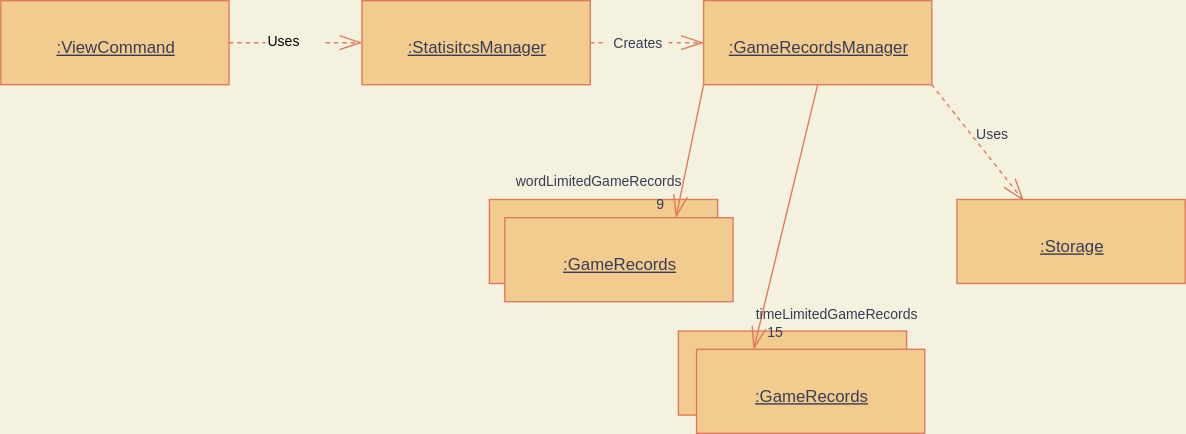
nus-cs2113-AY2122S1/tp keeps this draw.io diagram as docs/uml/ViewStatistics-3.drawio.svg. Above is the earlier version. Source tidied: cells renumbered, new cells last; positions are measured from the earlier drawing's top-left corner, leaving out a move shared by most shapes.
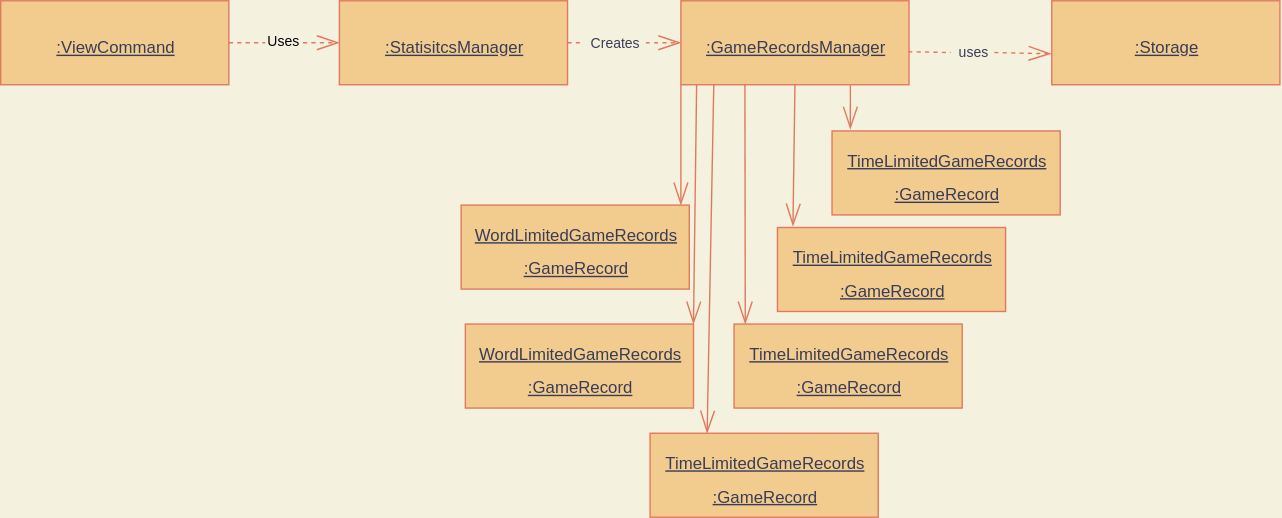
The same file after the commit.

Commit message:
Correct developer guide uml images for view statistics feature

The edit, as a diff of the source:
```diff
@@ -2,83 +2,93 @@
   <root>
     <mxCell id="0" />
     <mxCell id="1" parent="0" />
-    <mxCell id="2" style="edgeStyle=none;rounded=0;sketch=0;hachureGap=4;jettySize=auto;html=1;exitX=1;exitY=0.5;exitDx=0;exitDy=0;fontFamily=Architects Daughter;fontSource=https%3A%2F%2Ffonts.googleapis.com%2Fcss%3Ffamily%3DArchitects%2BDaughter;fontSize=16;endArrow=openThin;startSize=14;endSize=14;targetPerimeterSpacing=8;entryX=0;entryY=0.5;entryDx=0;entryDy=0;endFill=0;strokeColor=#E07A5F;fontColor=#393C56;dashed=1;startArrow=none;startFill=0;labelBackgroundColor=#F4F1DE;" parent="1" edge="1" source="22" target="4">
-      <mxGeometry relative="1" as="geometry" />
-    </mxCell>
+    <mxCell id="5" value="&lt;font face=&quot;Helvetica&quot; style=&quot;font-size: 12px&quot;&gt;&lt;u&gt;:ViewCommand&lt;/u&gt;&lt;/font&gt;" style="html=1;sketch=0;hachureGap=4;fontFamily=Architects Daughter;fontSource=https%3A%2F%2Ffonts.googleapis.com%2Fcss%3Ffamily%3DArchitects%2BDaughter;fontSize=20;fillColor=#F2CC8F;strokeColor=#E07A5F;fontColor=#393C56;" parent="1" vertex="1">
+      <mxGeometry width="163" height="60" as="geometry" />
+    </mxCell>
+    <mxCell id="22" value="&lt;span style=&quot;color: rgb(0 , 0 , 0) ; font-family: &amp;#34;helvetica&amp;#34; ; font-size: 10px ; font-style: normal ; font-weight: 400 ; letter-spacing: normal ; text-align: center ; text-indent: 0px ; text-transform: none ; word-spacing: 0px ; display: inline ; float: none&quot;&gt;Uses&lt;/span&gt;" style="text;whiteSpace=wrap;html=1;fontSize=10;fontFamily=Helvetica;fontColor=#393C56;" parent="1" vertex="1">
+      <mxGeometry x="189" y="17" width="43" height="26" as="geometry" />
+    </mxCell>
+    <mxCell id="23" style="edgeStyle=none;rounded=0;sketch=0;hachureGap=4;jettySize=auto;html=1;exitX=1;exitY=0.5;exitDx=0;exitDy=0;fontFamily=Architects Daughter;fontSource=https%3A%2F%2Ffonts.googleapis.com%2Fcss%3Ffamily%3DArchitects%2BDaughter;fontSize=16;endArrow=none;startSize=14;endSize=14;sourcePerimeterSpacing=8;entryX=0;entryY=0.5;entryDx=0;entryDy=0;endFill=0;strokeColor=#E07A5F;fontColor=#393C56;dashed=1;startArrow=none;startFill=0;labelBackgroundColor=#F4F1DE;" parent="1" edge="1" source="5" target="22">
+      <mxGeometry relative="1" as="geometry" />
+    </mxCell>
+    <mxCell id="24" style="edgeStyle=none;rounded=0;sketch=0;hachureGap=4;jettySize=auto;html=1;exitX=1;exitY=0.5;exitDx=0;exitDy=0;fontFamily=Architects Daughter;fontSource=https://fonts.googleapis.com/css?family=Architects+Daughter;fontSize=16;endArrow=openThin;startSize=14;endSize=14;targetPerimeterSpacing=8;entryX=0;entryY=0.5;entryDx=0;entryDy=0;endFill=0;strokeColor=#E07A5F;fontColor=#393C56;dashed=1;startArrow=none;startFill=0;labelBackgroundColor=#F4F1DE;" parent="1" edge="1" target="4">
+      <mxGeometry relative="1" as="geometry">
+        <mxPoint x="216" y="30" as="sourcePoint" />
+      </mxGeometry>
+    </mxCell>
     <mxCell id="3" style="edgeStyle=none;curved=1;rounded=1;sketch=0;hachureGap=4;jettySize=auto;html=1;exitX=1;exitY=0.5;exitDx=0;exitDy=0;entryX=0;entryY=0.5;entryDx=0;entryDy=0;dashed=1;fontFamily=Helvetica;fontSize=10;fontColor=#393C56;startArrow=none;startFill=0;endArrow=openThin;endFill=0;startSize=14;endSize=14;targetPerimeterSpacing=8;strokeColor=#E07A5F;fillColor=#F2CC8F;labelBackgroundColor=#F4F1DE;" parent="1" edge="1" source="20" target="7">
       <mxGeometry relative="1" as="geometry" />
     </mxCell>
-    <mxCell id="4" value="&lt;font face=&quot;Helvetica&quot; style=&quot;font-size: 12px&quot;&gt;&lt;u&gt;:StatisitcsManager&lt;/u&gt;&lt;/font&gt;" style="html=1;sketch=0;hachureGap=4;fontFamily=Architects Daughter;fontSource=https%3A%2F%2Ffonts.googleapis.com%2Fcss%3Ffamily%3DArchitects%2BDaughter;fontSize=20;fillColor=#F2CC8F;strokeColor=#E07A5F;fontColor=#393C56;" parent="1" vertex="1">
-      <mxGeometry x="258" width="163" height="60" as="geometry" />
+    <mxCell id="4" value="&lt;font face=&quot;Helvetica&quot; style=&quot;font-size: 12px&quot;&gt;&lt;u&gt;:StatisitcsManager&lt;/u&gt;&lt;/font&gt;" style="html=1;sketch=0;hachureGap=4;fontFamily=Architects Daughter;fontSource=https://fonts.googleapis.com/css?family=Architects+Daughter;fontSize=20;fillColor=#F2CC8F;strokeColor=#E07A5F;fontColor=#393C56;" parent="1" vertex="1">
+      <mxGeometry x="242" width="163" height="60" as="geometry" />
     </mxCell>
-    <mxCell id="5" value="&lt;font face=&quot;Helvetica&quot; style=&quot;font-size: 12px&quot;&gt;&lt;u&gt;:ViewCommand&lt;/u&gt;&lt;/font&gt;" style="html=1;sketch=0;hachureGap=4;fontFamily=Architects Daughter;fontSource=https%3A%2F%2Ffonts.googleapis.com%2Fcss%3Ffamily%3DArchitects%2BDaughter;fontSize=20;fillColor=#F2CC8F;strokeColor=#E07A5F;fontColor=#393C56;" parent="1" vertex="1">
-      <mxGeometry width="163" height="60" as="geometry" />
-    </mxCell>
-    <mxCell id="6" style="edgeStyle=none;curved=1;rounded=1;sketch=0;hachureGap=4;jettySize=auto;html=1;entryX=0.292;entryY=0.015;entryDx=0;entryDy=0;entryPerimeter=0;dashed=1;fontFamily=Helvetica;fontSize=12;fontColor=#393C56;startArrow=none;startFill=0;endArrow=openThin;endFill=0;startSize=14;endSize=14;sourcePerimeterSpacing=8;targetPerimeterSpacing=8;strokeColor=#E07A5F;fillColor=#F2CC8F;exitX=1;exitY=1;exitDx=0;exitDy=0;labelBackgroundColor=#F4F1DE;" parent="1" edge="1" source="7" target="18">
-      <mxGeometry x="0.12" y="4" relative="1" as="geometry" />
-    </mxCell>
-    <mxCell id="7" value="&lt;font face=&quot;Helvetica&quot; style=&quot;font-size: 12px&quot;&gt;&lt;u&gt;:GameRecordsManager&lt;/u&gt;&lt;/font&gt;" style="html=1;sketch=0;hachureGap=4;fontFamily=Architects Daughter;fontSource=https%3A%2F%2Ffonts.googleapis.com%2Fcss%3Ffamily%3DArchitects%2BDaughter;fontSize=20;fillColor=#F2CC8F;strokeColor=#E07A5F;fontColor=#393C56;" parent="1" vertex="1">
-      <mxGeometry x="502" width="163" height="60" as="geometry" />
+    <mxCell id="7" value="&lt;font face=&quot;Helvetica&quot; style=&quot;font-size: 12px&quot;&gt;&lt;u&gt;:GameRecordsManager&lt;/u&gt;&lt;/font&gt;" style="html=1;sketch=0;hachureGap=4;fontFamily=Architects Daughter;fontSource=https://fonts.googleapis.com/css?family=Architects+Daughter;fontSize=20;fillColor=#F2CC8F;strokeColor=#E07A5F;fontColor=#393C56;" parent="1" vertex="1">
+      <mxGeometry x="486" width="163" height="60" as="geometry" />
     </mxCell>
-    <mxCell id="8" style="html=1;sketch=0;hachureGap=4;fontFamily=Architects Daughter;fontSource=https%3A%2F%2Ffonts.googleapis.com%2Fcss%3Ffamily%3DArchitects%2BDaughter;fontSize=20;fillColor=#F2CC8F;strokeColor=#E07A5F;fontColor=#393C56;" parent="1" vertex="1">
-      <mxGeometry x="349" y="142" width="163" height="60" as="geometry" />
-    </mxCell>
-    <mxCell id="9" value="&lt;font face=&quot;Helvetica&quot; style=&quot;font-size: 12px&quot;&gt;&lt;u&gt;:GameRecords&lt;/u&gt;&lt;/font&gt;" style="html=1;sketch=0;hachureGap=4;fontFamily=Architects Daughter;fontSource=https%3A%2F%2Ffonts.googleapis.com%2Fcss%3Ffamily%3DArchitects%2BDaughter;fontSize=20;fillColor=#F2CC8F;strokeColor=#E07A5F;fontColor=#393C56;" parent="1" vertex="1">
-      <mxGeometry x="360" y="155" width="163" height="60" as="geometry" />
-    </mxCell>
-    <mxCell id="10" style="edgeStyle=none;rounded=0;sketch=0;hachureGap=4;jettySize=auto;html=1;exitX=0.75;exitY=0;exitDx=0;exitDy=0;fontFamily=Architects Daughter;fontSource=https%3A%2F%2Ffonts.googleapis.com%2Fcss%3Ffamily%3DArchitects%2BDaughter;fontSize=16;endArrow=none;startSize=14;endSize=14;sourcePerimeterSpacing=8;targetPerimeterSpacing=8;endFill=0;strokeColor=#E07A5F;fontColor=#393C56;entryX=0;entryY=1;entryDx=0;entryDy=0;startArrow=openThin;startFill=0;labelBackgroundColor=#F4F1DE;" parent="1" edge="1" source="9">
-      <mxGeometry relative="1" as="geometry">
-        <mxPoint x="502" y="60" as="targetPoint" />
-      </mxGeometry>
-    </mxCell>
-    <mxCell id="11" value="wordLimitedGameRecords" style="edgeLabel;html=1;align=center;verticalAlign=middle;fontSize=10;fontFamily=Helvetica;fontColor=#393C56;labelBackgroundColor=none;" parent="10" vertex="1">
-      <mxGeometry x="0.19" y="2" relative="1" as="geometry">
-        <mxPoint x="-66" y="31" as="offset" />
-      </mxGeometry>
-    </mxCell>
-    <mxCell id="12" value="9" style="edgeLabel;html=1;align=center;verticalAlign=middle;fontSize=10;fontFamily=Helvetica;fontColor=#393C56;labelBackgroundColor=none;" parent="10" vertex="1">
-      <mxGeometry x="-0.13" y="1" relative="1" as="geometry">
-        <mxPoint x="-19" y="31" as="offset" />
-      </mxGeometry>
-    </mxCell>
-    <mxCell id="13" style="html=1;sketch=0;hachureGap=4;fontFamily=Architects Daughter;fontSource=https%3A%2F%2Ffonts.googleapis.com%2Fcss%3Ffamily%3DArchitects%2BDaughter;fontSize=20;fillColor=#F2CC8F;strokeColor=#E07A5F;fontColor=#393C56;" parent="1" vertex="1">
-      <mxGeometry x="484" y="236" width="163" height="60" as="geometry" />
-    </mxCell>
-    <mxCell id="14" style="edgeStyle=none;rounded=0;sketch=0;hachureGap=4;jettySize=auto;html=1;exitX=0.25;exitY=0;exitDx=0;exitDy=0;fontFamily=Architects Daughter;fontSource=https%3A%2F%2Ffonts.googleapis.com%2Fcss%3Ffamily%3DArchitects%2BDaughter;fontSize=16;endArrow=none;startSize=14;endSize=14;sourcePerimeterSpacing=8;targetPerimeterSpacing=8;endFill=0;strokeColor=#E07A5F;fontColor=#393C56;entryX=0.5;entryY=1;entryDx=0;entryDy=0;startArrow=openThin;startFill=0;labelBackgroundColor=#F4F1DE;" parent="1" edge="1" source="17" target="7">
-      <mxGeometry relative="1" as="geometry" />
-    </mxCell>
-    <mxCell id="15" value="&lt;font style=&quot;font-size: 10px&quot;&gt;timeLimitedGameRecords&lt;/font&gt;" style="edgeLabel;html=1;align=center;verticalAlign=middle;fontSize=12;fontFamily=Helvetica;fontColor=#393C56;labelBackgroundColor=none;" parent="14" vertex="1">
-      <mxGeometry x="-0.04" relative="1" as="geometry">
-        <mxPoint x="37" y="65" as="offset" />
-      </mxGeometry>
-    </mxCell>
-    <mxCell id="16" value="&lt;font style=&quot;font-size: 10px&quot;&gt;15&lt;/font&gt;" style="edgeLabel;html=1;align=center;verticalAlign=middle;fontSize=12;fontFamily=Helvetica;fontColor=#393C56;labelBackgroundColor=none;" parent="14" vertex="1">
-      <mxGeometry x="-0.14" y="-1" relative="1" as="geometry">
-        <mxPoint x="-6" y="69" as="offset" />
-      </mxGeometry>
-    </mxCell>
-    <mxCell id="17" value="&lt;font face=&quot;Helvetica&quot; style=&quot;font-size: 12px&quot;&gt;&lt;u&gt;:GameRecords&lt;/u&gt;&lt;/font&gt;" style="html=1;sketch=0;hachureGap=4;fontFamily=Architects Daughter;fontSource=https%3A%2F%2Ffonts.googleapis.com%2Fcss%3Ffamily%3DArchitects%2BDaughter;fontSize=20;fillColor=#F2CC8F;strokeColor=#E07A5F;fontColor=#393C56;" parent="1" vertex="1">
-      <mxGeometry x="497" y="249" width="163" height="60" as="geometry" />
-    </mxCell>
+    <mxCell id="25" value="&lt;font face=&quot;Helvetica&quot; style=&quot;font-size: 12px&quot;&gt;&lt;u&gt;WordLimitedGameRecords&lt;br&gt;:GameRecord&lt;/u&gt;&lt;/font&gt;" style="html=1;sketch=0;hachureGap=4;fontFamily=Architects Daughter;fontSource=https://fonts.googleapis.com/css?family=Architects+Daughter;fontSize=20;fillColor=#F2CC8F;strokeColor=#E07A5F;fontColor=#393C56;" parent="1" vertex="1">
+      <mxGeometry x="332" y="231" width="163" height="60" as="geometry" />
+    </mxCell>
+    <mxCell id="26" style="edgeStyle=none;rounded=0;sketch=0;hachureGap=4;jettySize=auto;html=1;exitX=1;exitY=0;exitDx=0;exitDy=0;fontFamily=Architects Daughter;fontSource=https://fonts.googleapis.com/css?family=Architects+Daughter;fontSize=16;endArrow=none;startSize=14;endSize=14;sourcePerimeterSpacing=8;targetPerimeterSpacing=8;endFill=0;strokeColor=#E07A5F;fontColor=#393C56;entryX=0.069;entryY=0.997;entryDx=0;entryDy=0;startArrow=openThin;startFill=0;labelBackgroundColor=#F4F1DE;entryPerimeter=0;" parent="1" edge="1" source="25" target="7">
+      <mxGeometry relative="1" as="geometry" />
+    </mxCell>
+    <mxCell id="27" style="edgeStyle=none;rounded=0;sketch=0;hachureGap=4;jettySize=auto;html=1;exitX=0.25;exitY=0;exitDx=0;exitDy=0;fontFamily=Architects Daughter;fontSource=https://fonts.googleapis.com/css?family=Architects+Daughter;fontSize=16;endArrow=none;startSize=14;endSize=14;sourcePerimeterSpacing=8;targetPerimeterSpacing=8;endFill=0;strokeColor=#E07A5F;fontColor=#393C56;entryX=0.5;entryY=1;entryDx=0;entryDy=0;startArrow=openThin;startFill=0;labelBackgroundColor=#F4F1DE;" parent="1" edge="1" source="28">
+      <mxGeometry relative="1" as="geometry">
+        <mxPoint x="509.5" y="60" as="targetPoint" />
+      </mxGeometry>
+    </mxCell>
+    <mxCell id="28" value="&lt;font face=&quot;Helvetica&quot; style=&quot;font-size: 12px&quot;&gt;&lt;u&gt;TimeLimitedGameRecords&lt;br&gt;:GameRecord&lt;/u&gt;&lt;/font&gt;" style="html=1;sketch=0;hachureGap=4;fontFamily=Architects Daughter;fontSource=https://fonts.googleapis.com/css?family=Architects+Daughter;fontSize=20;fillColor=#F2CC8F;strokeColor=#E07A5F;fontColor=#393C56;" parent="1" vertex="1">
+      <mxGeometry x="464" y="309" width="163" height="60" as="geometry" />
+    </mxCell>
-    <mxCell id="18" value="&lt;font face=&quot;Helvetica&quot; style=&quot;font-size: 12px&quot;&gt;&lt;u&gt;:Storage&lt;/u&gt;&lt;/font&gt;" style="html=1;sketch=0;hachureGap=4;fontFamily=Architects Daughter;fontSource=https%3A%2F%2Ffonts.googleapis.com%2Fcss%3Ffamily%3DArchitects%2BDaughter;fontSize=20;fillColor=#F2CC8F;strokeColor=#E07A5F;fontColor=#393C56;" parent="1" vertex="1">
-      <mxGeometry x="683" y="142" width="163" height="60" as="geometry" />
+    <mxCell id="18" value="&lt;font face=&quot;Helvetica&quot; style=&quot;font-size: 12px&quot;&gt;&lt;u&gt;:Storage&lt;/u&gt;&lt;/font&gt;" style="html=1;sketch=0;hachureGap=4;fontFamily=Architects Daughter;fontSource=https://fonts.googleapis.com/css?family=Architects+Daughter;fontSize=20;fillColor=#F2CC8F;strokeColor=#E07A5F;fontColor=#393C56;" parent="1" vertex="1">
+      <mxGeometry x="751" width="163" height="60" as="geometry" />
     </mxCell>
-    <mxCell id="19" value="Uses" style="edgeLabel;html=1;align=center;verticalAlign=middle;fontSize=10;fontFamily=Helvetica;fontColor=#393C56;labelBackgroundColor=none;" parent="1" vertex="1">
-      <mxGeometry x="733" y="87" as="geometry">
-        <mxPoint x="-26" y="7" as="offset" />
-      </mxGeometry>
-    </mxCell>
     <mxCell id="20" value="Creates" style="text;html=1;align=center;verticalAlign=middle;points=[];strokeColor=none;fillColor=none;rounded=0;labelBackgroundColor=none;sketch=1;hachureGap=4;fontFamily=Helvetica;fontSize=10;fontColor=#393C56;" parent="1" vertex="1">
-      <mxGeometry x="432" y="22" width="45" height="16" as="geometry" />
+      <mxGeometry x="416" y="22" width="45" height="16" as="geometry" />
     </mxCell>
     <mxCell id="21" style="edgeStyle=none;curved=1;rounded=1;sketch=0;hachureGap=4;jettySize=auto;html=1;exitX=1;exitY=0.5;exitDx=0;exitDy=0;entryX=0;entryY=0.5;entryDx=0;entryDy=0;dashed=1;fontFamily=Helvetica;fontSize=10;fontColor=#393C56;startArrow=none;startFill=0;endArrow=none;endFill=0;startSize=14;endSize=14;sourcePerimeterSpacing=8;strokeColor=#E07A5F;fillColor=#F2CC8F;labelBackgroundColor=#F4F1DE;" parent="1" edge="1" source="4" target="20">
       <mxGeometry relative="1" as="geometry" />
     </mxCell>
-    <mxCell id="22" value="&lt;span style=&quot;color: rgb(0 , 0 , 0) ; font-family: &amp;#34;helvetica&amp;#34; ; font-size: 10px ; font-style: normal ; font-weight: 400 ; letter-spacing: normal ; text-align: center ; text-indent: 0px ; text-transform: none ; word-spacing: 0px ; display: inline ; float: none&quot;&gt;Uses&lt;/span&gt;" style="text;whiteSpace=wrap;html=1;fontSize=10;fontFamily=Helvetica;fontColor=#393C56;" parent="1" vertex="1">
-      <mxGeometry x="189" y="17" width="43" height="26" as="geometry" />
-    </mxCell>
-    <mxCell id="23" style="edgeStyle=none;rounded=0;sketch=0;hachureGap=4;jettySize=auto;html=1;exitX=1;exitY=0.5;exitDx=0;exitDy=0;fontFamily=Architects Daughter;fontSource=https%3A%2F%2Ffonts.googleapis.com%2Fcss%3Ffamily%3DArchitects%2BDaughter;fontSize=16;endArrow=none;startSize=14;endSize=14;sourcePerimeterSpacing=8;entryX=0;entryY=0.5;entryDx=0;entryDy=0;endFill=0;strokeColor=#E07A5F;fontColor=#393C56;dashed=1;startArrow=none;startFill=0;labelBackgroundColor=#F4F1DE;" parent="1" edge="1" source="5" target="22">
-      <mxGeometry relative="1" as="geometry" />
-    </mxCell>
+    <mxCell id="29" style="edgeStyle=none;curved=1;rounded=1;sketch=0;hachureGap=4;jettySize=auto;html=1;exitX=1;exitY=0.5;exitDx=0;exitDy=0;entryX=-0.003;entryY=0.631;entryDx=0;entryDy=0;dashed=1;fontFamily=Helvetica;fontSize=10;fontColor=#393C56;startArrow=none;startFill=0;endArrow=openThin;endFill=0;startSize=14;endSize=14;targetPerimeterSpacing=8;strokeColor=#E07A5F;fillColor=#F2CC8F;labelBackgroundColor=#F4F1DE;entryPerimeter=0;" parent="1" edge="1" source="30" target="18">
+      <mxGeometry relative="1" as="geometry" />
+    </mxCell>
+    <mxCell id="30" value="uses" style="text;html=1;align=center;verticalAlign=middle;points=[];strokeColor=none;fillColor=none;rounded=0;labelBackgroundColor=none;sketch=1;hachureGap=4;fontFamily=Helvetica;fontSize=10;fontColor=#393C56;" parent="1" vertex="1">
+      <mxGeometry x="679" y="29" width="31" height="16" as="geometry" />
+    </mxCell>
+    <mxCell id="31" style="edgeStyle=none;curved=1;rounded=1;sketch=0;hachureGap=4;jettySize=auto;html=1;exitX=0.997;exitY=0.607;exitDx=0;exitDy=0;entryX=0;entryY=0.5;entryDx=0;entryDy=0;dashed=1;fontFamily=Helvetica;fontSize=10;fontColor=#393C56;startArrow=none;startFill=0;endArrow=none;endFill=0;startSize=14;endSize=14;sourcePerimeterSpacing=8;strokeColor=#E07A5F;fillColor=#F2CC8F;labelBackgroundColor=#F4F1DE;exitPerimeter=0;" parent="1" edge="1" source="7" target="30">
+      <mxGeometry relative="1" as="geometry" />
+    </mxCell>
+    <mxCell id="32" style="edgeStyle=none;rounded=0;sketch=0;hachureGap=4;jettySize=auto;html=1;fontFamily=Architects Daughter;fontSource=https://fonts.googleapis.com/css?family=Architects+Daughter;fontSize=16;endArrow=none;startSize=14;endSize=14;sourcePerimeterSpacing=8;targetPerimeterSpacing=8;endFill=0;strokeColor=#E07A5F;fontColor=#393C56;startArrow=openThin;startFill=0;labelBackgroundColor=#F4F1DE;exitX=1;exitY=0;exitDx=0;exitDy=0;entryX=0;entryY=1;entryDx=0;entryDy=0;" parent="1" edge="1" target="7">
+      <mxGeometry relative="1" as="geometry">
+        <mxPoint x="486" y="146" as="sourcePoint" />
+      </mxGeometry>
+    </mxCell>
+    <mxCell id="33" style="edgeStyle=none;rounded=0;sketch=0;hachureGap=4;jettySize=auto;html=1;exitX=0.117;exitY=0.017;exitDx=0;exitDy=0;fontFamily=Architects Daughter;fontSource=https://fonts.googleapis.com/css?family=Architects+Daughter;fontSize=16;endArrow=none;startSize=14;endSize=14;sourcePerimeterSpacing=8;targetPerimeterSpacing=8;endFill=0;strokeColor=#E07A5F;fontColor=#393C56;entryX=0.5;entryY=1;entryDx=0;entryDy=0;startArrow=openThin;startFill=0;labelBackgroundColor=#F4F1DE;exitPerimeter=0;" parent="1" edge="1" target="7">
+      <mxGeometry relative="1" as="geometry">
+        <mxPoint x="566.1" y="161" as="sourcePoint" />
+      </mxGeometry>
+    </mxCell>
+    <mxCell id="34" style="edgeStyle=none;rounded=0;sketch=0;hachureGap=4;orthogonalLoop=1;jettySize=auto;html=1;fontFamily=Architects Daughter;fontSource=https://fonts.googleapis.com/css?family=Architects+Daughter;fontSize=16;endArrow=none;startSize=14;endSize=14;sourcePerimeterSpacing=8;targetPerimeterSpacing=8;endFill=0;strokeColor=#E07A5F;fontColor=#393C56;entryX=0;entryY=1;entryDx=0;entryDy=0;startArrow=openThin;startFill=0;labelBackgroundColor=#F4F1DE;" parent="1" edge="1">
+      <mxGeometry relative="1" as="geometry">
+        <mxPoint x="532" y="231" as="sourcePoint" />
+        <mxPoint x="531.8" y="60" as="targetPoint" />
+      </mxGeometry>
+    </mxCell>
+    <mxCell id="35" style="edgeStyle=none;rounded=0;sketch=0;hachureGap=4;jettySize=auto;html=1;exitX=0.117;exitY=-0.004;exitDx=0;exitDy=0;fontFamily=Architects Daughter;fontSource=https://fonts.googleapis.com/css?family=Architects+Daughter;fontSize=16;endArrow=none;startSize=14;endSize=14;sourcePerimeterSpacing=8;targetPerimeterSpacing=8;endFill=0;strokeColor=#E07A5F;fontColor=#393C56;startArrow=openThin;startFill=0;labelBackgroundColor=#F4F1DE;exitPerimeter=0;entryX=0.743;entryY=1.006;entryDx=0;entryDy=0;entryPerimeter=0;" parent="1" edge="1" target="7">
+      <mxGeometry relative="1" as="geometry">
+        <mxPoint x="607.1" y="91.8" as="sourcePoint" />
+      </mxGeometry>
+    </mxCell>
+    <mxCell id="36" value="&lt;font face=&quot;Helvetica&quot; style=&quot;font-size: 12px&quot;&gt;&lt;u&gt;TimeLimitedGameRecords&lt;br&gt;:GameRecord&lt;/u&gt;&lt;/font&gt;" style="html=1;sketch=0;hachureGap=4;fontFamily=Architects Daughter;fontSource=https://fonts.googleapis.com/css?family=Architects+Daughter;fontSize=20;fillColor=#F2CC8F;strokeColor=#E07A5F;fontColor=#393C56;" parent="1" vertex="1">
+      <mxGeometry x="524" y="231" width="163" height="60" as="geometry" />
+    </mxCell>
+    <mxCell id="37" value="&lt;font face=&quot;Helvetica&quot; style=&quot;font-size: 12px&quot;&gt;&lt;u&gt;TimeLimitedGameRecords&lt;br&gt;:GameRecord&lt;/u&gt;&lt;/font&gt;" style="html=1;sketch=0;hachureGap=4;fontFamily=Architects Daughter;fontSource=https://fonts.googleapis.com/css?family=Architects+Daughter;fontSize=20;fillColor=#F2CC8F;strokeColor=#E07A5F;fontColor=#393C56;" parent="1" vertex="1">
+      <mxGeometry x="555" y="162" width="163" height="60" as="geometry" />
+    </mxCell>
+    <mxCell id="38" value="&lt;font face=&quot;Helvetica&quot; style=&quot;font-size: 12px&quot;&gt;&lt;u&gt;TimeLimitedGameRecords&lt;br&gt;:GameRecord&lt;/u&gt;&lt;/font&gt;" style="html=1;sketch=0;hachureGap=4;fontFamily=Architects Daughter;fontSource=https://fonts.googleapis.com/css?family=Architects+Daughter;fontSize=20;fillColor=#F2CC8F;strokeColor=#E07A5F;fontColor=#393C56;" parent="1" vertex="1">
+      <mxGeometry x="594" y="93" width="163" height="60" as="geometry" />
+    </mxCell>
+    <mxCell id="39" value="&lt;font face=&quot;Helvetica&quot; style=&quot;font-size: 12px&quot;&gt;&lt;u&gt;WordLimitedGameRecords&lt;br&gt;:GameRecord&lt;/u&gt;&lt;/font&gt;" style="html=1;sketch=0;hachureGap=4;fontFamily=Architects Daughter;fontSource=https://fonts.googleapis.com/css?family=Architects+Daughter;fontSize=20;fillColor=#F2CC8F;strokeColor=#E07A5F;fontColor=#393C56;" parent="1" vertex="1">
+      <mxGeometry x="329" y="146" width="163" height="60" as="geometry" />
+    </mxCell>
   </root>
 </mxGraphModel>
```
